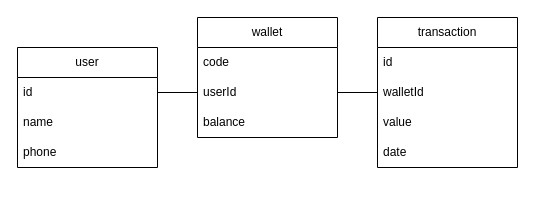
mathehm/card-consumer-back keeps this draw.io diagram as uml.drawio. Above is the earlier version. Source tidied: cells renumbered, new cells numbered last; positions are measured from the earlier drawing's top-left corner, leaving out a move shared by most shapes. Both pictures are drawn from the tidied source at 100%, with x=0, y=0 at pixel (17, 17).
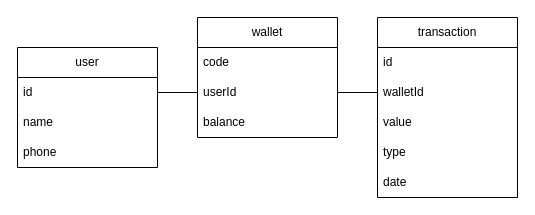
The same page after the edit.

Commit message:
Foi adicionado o atributo type na entidade transaction

Change to the diagram source:
```diff
@@
 <mxGraphModel>
   <root>
     <mxCell id="0" />
     <mxCell id="1" parent="0" />
     <mxCell id="2" value="wallet" style="swimlane;fontStyle=0;horizontal=1;startSize=30;whiteSpace=wrap;html=1;" parent="1" vertex="1">
       <mxGeometry x="180" width="140" height="120" as="geometry" />
     </mxCell>
     <mxCell id="3" value="code" style="text;strokeColor=none;fillColor=none;align=left;verticalAlign=middle;spacingLeft=4;spacingRight=4;overflow=hidden;whiteSpace=wrap;html=1;" parent="2" vertex="1">
       <mxGeometry y="30" width="140" height="30" as="geometry" />
     </mxCell>
     <mxCell id="4" value="userId" style="text;strokeColor=none;fillColor=none;align=left;verticalAlign=middle;spacingLeft=4;spacingRight=4;overflow=hidden;points=[[0,0.5],[1,0.5]];portConstraint=eastwest;whiteSpace=wrap;html=1;" parent="2" vertex="1">
       <mxGeometry y="60" width="140" height="30" as="geometry" />
     </mxCell>
     <mxCell id="5" value="balance" style="text;strokeColor=none;fillColor=none;align=left;verticalAlign=middle;spacingLeft=4;spacingRight=4;overflow=hidden;whiteSpace=wrap;html=1;" parent="2" vertex="1">
       <mxGeometry y="90" width="140" height="30" as="geometry" />
     </mxCell>
     <mxCell id="6" value="user" style="swimlane;fontStyle=0;horizontal=1;startSize=30;whiteSpace=wrap;html=1;" parent="1" vertex="1">
       <mxGeometry y="30" width="140" height="120" as="geometry" />
     </mxCell>
     <mxCell id="7" value="id" style="text;strokeColor=none;fillColor=none;align=left;verticalAlign=middle;spacingLeft=4;spacingRight=4;overflow=hidden;points=[[0,0.5],[1,0.5]];portConstraint=eastwest;whiteSpace=wrap;html=1;" parent="6" vertex="1">
       <mxGeometry y="30" width="140" height="30" as="geometry" />
     </mxCell>
     <mxCell id="8" value="name" style="text;strokeColor=none;fillColor=none;align=left;verticalAlign=middle;spacingLeft=4;spacingRight=4;overflow=hidden;whiteSpace=wrap;html=1;" parent="6" vertex="1">
       <mxGeometry y="60" width="140" height="30" as="geometry" />
     </mxCell>
     <mxCell id="9" value="phone" style="text;strokeColor=none;fillColor=none;align=left;verticalAlign=middle;spacingLeft=4;spacingRight=4;overflow=hidden;whiteSpace=wrap;html=1;" parent="6" vertex="1">
       <mxGeometry y="90" width="140" height="30" as="geometry" />
     </mxCell>
     <mxCell id="10" value="transaction" style="swimlane;fontStyle=0;horizontal=1;startSize=30;whiteSpace=wrap;html=1;" parent="1" vertex="1">
-      <mxGeometry x="360" width="140" height="150" as="geometry" />
+      <mxGeometry x="360" width="140" height="180" as="geometry" />
     </mxCell>
     <mxCell id="11" value="id" style="text;strokeColor=none;fillColor=none;align=left;verticalAlign=middle;spacingLeft=4;spacingRight=4;overflow=hidden;whiteSpace=wrap;html=1;" parent="10" vertex="1">
       <mxGeometry y="30" width="140" height="30" as="geometry" />
     </mxCell>
     <mxCell id="12" value="walletId" style="text;strokeColor=none;fillColor=none;align=left;verticalAlign=middle;spacingLeft=4;spacingRight=4;overflow=hidden;points=[[0,0.5],[1,0.5]];portConstraint=eastwest;whiteSpace=wrap;html=1;" parent="10" vertex="1">
       <mxGeometry y="60" width="140" height="30" as="geometry" />
     </mxCell>
     <mxCell id="13" value="value" style="text;strokeColor=none;fillColor=none;align=left;verticalAlign=middle;spacingLeft=4;spacingRight=4;overflow=hidden;whiteSpace=wrap;html=1;" parent="10" vertex="1">
       <mxGeometry y="90" width="140" height="30" as="geometry" />
     </mxCell>
-    <mxCell id="14" value="date" style="text;strokeColor=none;fillColor=none;align=left;verticalAlign=middle;spacingLeft=4;spacingRight=4;overflow=hidden;whiteSpace=wrap;html=1;" parent="10" vertex="1">
+    <mxCell id="14" value="type" style="text;strokeColor=none;fillColor=none;align=left;verticalAlign=middle;spacingLeft=4;spacingRight=4;overflow=hidden;whiteSpace=wrap;html=1;" parent="10" vertex="1">
       <mxGeometry y="120" width="140" height="30" as="geometry" />
     </mxCell>
+    <mxCell id="17" value="date" style="text;strokeColor=none;fillColor=none;align=left;verticalAlign=middle;spacingLeft=4;spacingRight=4;overflow=hidden;whiteSpace=wrap;html=1;" parent="10" vertex="1">
+      <mxGeometry y="150" width="140" height="30" as="geometry" />
+    </mxCell>
     <mxCell id="15" style="endArrow=none;html=1;exitX=1;exitY=0.5;exitDx=0;exitDy=0;entryX=0;entryY=0.5;entryDx=0;entryDy=0;" parent="1" edge="1" source="7" target="4">
       <mxGeometry relative="1" as="geometry" />
     </mxCell>
     <mxCell id="16" style="endArrow=none;html=1;entryX=0;entryY=0.5;entryDx=0;entryDy=0;exitX=1;exitY=0.5;exitDx=0;exitDy=0;" parent="1" edge="1" source="4" target="12">
       <mxGeometry relative="1" as="geometry" />
     </mxCell>
   </root>
 </mxGraphModel>
```
